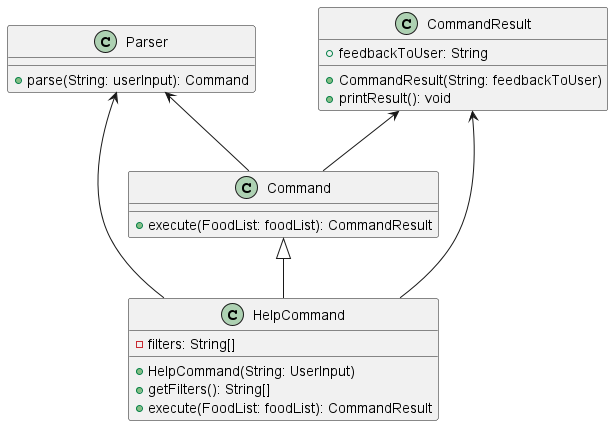
Earlier version of the PlantUML export docs/images/HelpCommandClassDiagram.png (tsx0314/tp). Its diagram source:
```plantuml
@startuml

Parser <--- HelpCommand
Parser <-- Command
class Parser {
    +parse(String: userInput): Command
}

CommandResult <-- Command
class Command {
    +execute(FoodList: foodList): CommandResult
}

CommandResult <-- HelpCommand
class CommandResult {
    +feedbackToUser: String
    +CommandResult(String: feedbackToUser)
    +printResult(): void
}

Command <|-- HelpCommand
class HelpCommand {
    -filters: String[]
    +HelpCommand(String: UserInput)
    +getFilters(): String[]
    +execute(FoodList: foodList): CommandResult

}

@enduml
```
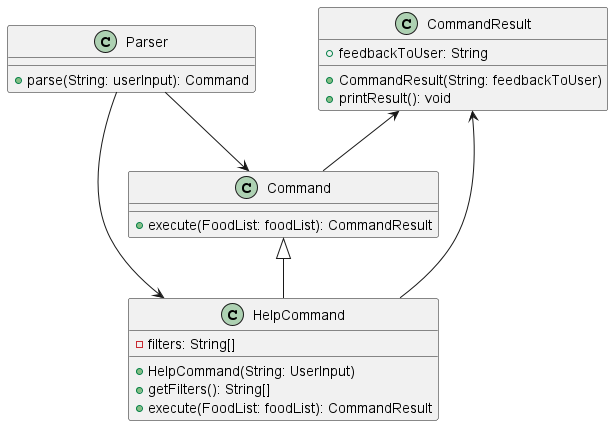
After the commit.

Commit message:
Update class diagram

Change to the diagram source:
```diff
@@ -1,7 +1,7 @@
 @startuml
 
-Parser <--- HelpCommand
-Parser <-- Command
+Parser --> HelpCommand
+Parser --> Command
 class Parser {
     +parse(String: userInput): Command
 }
```
